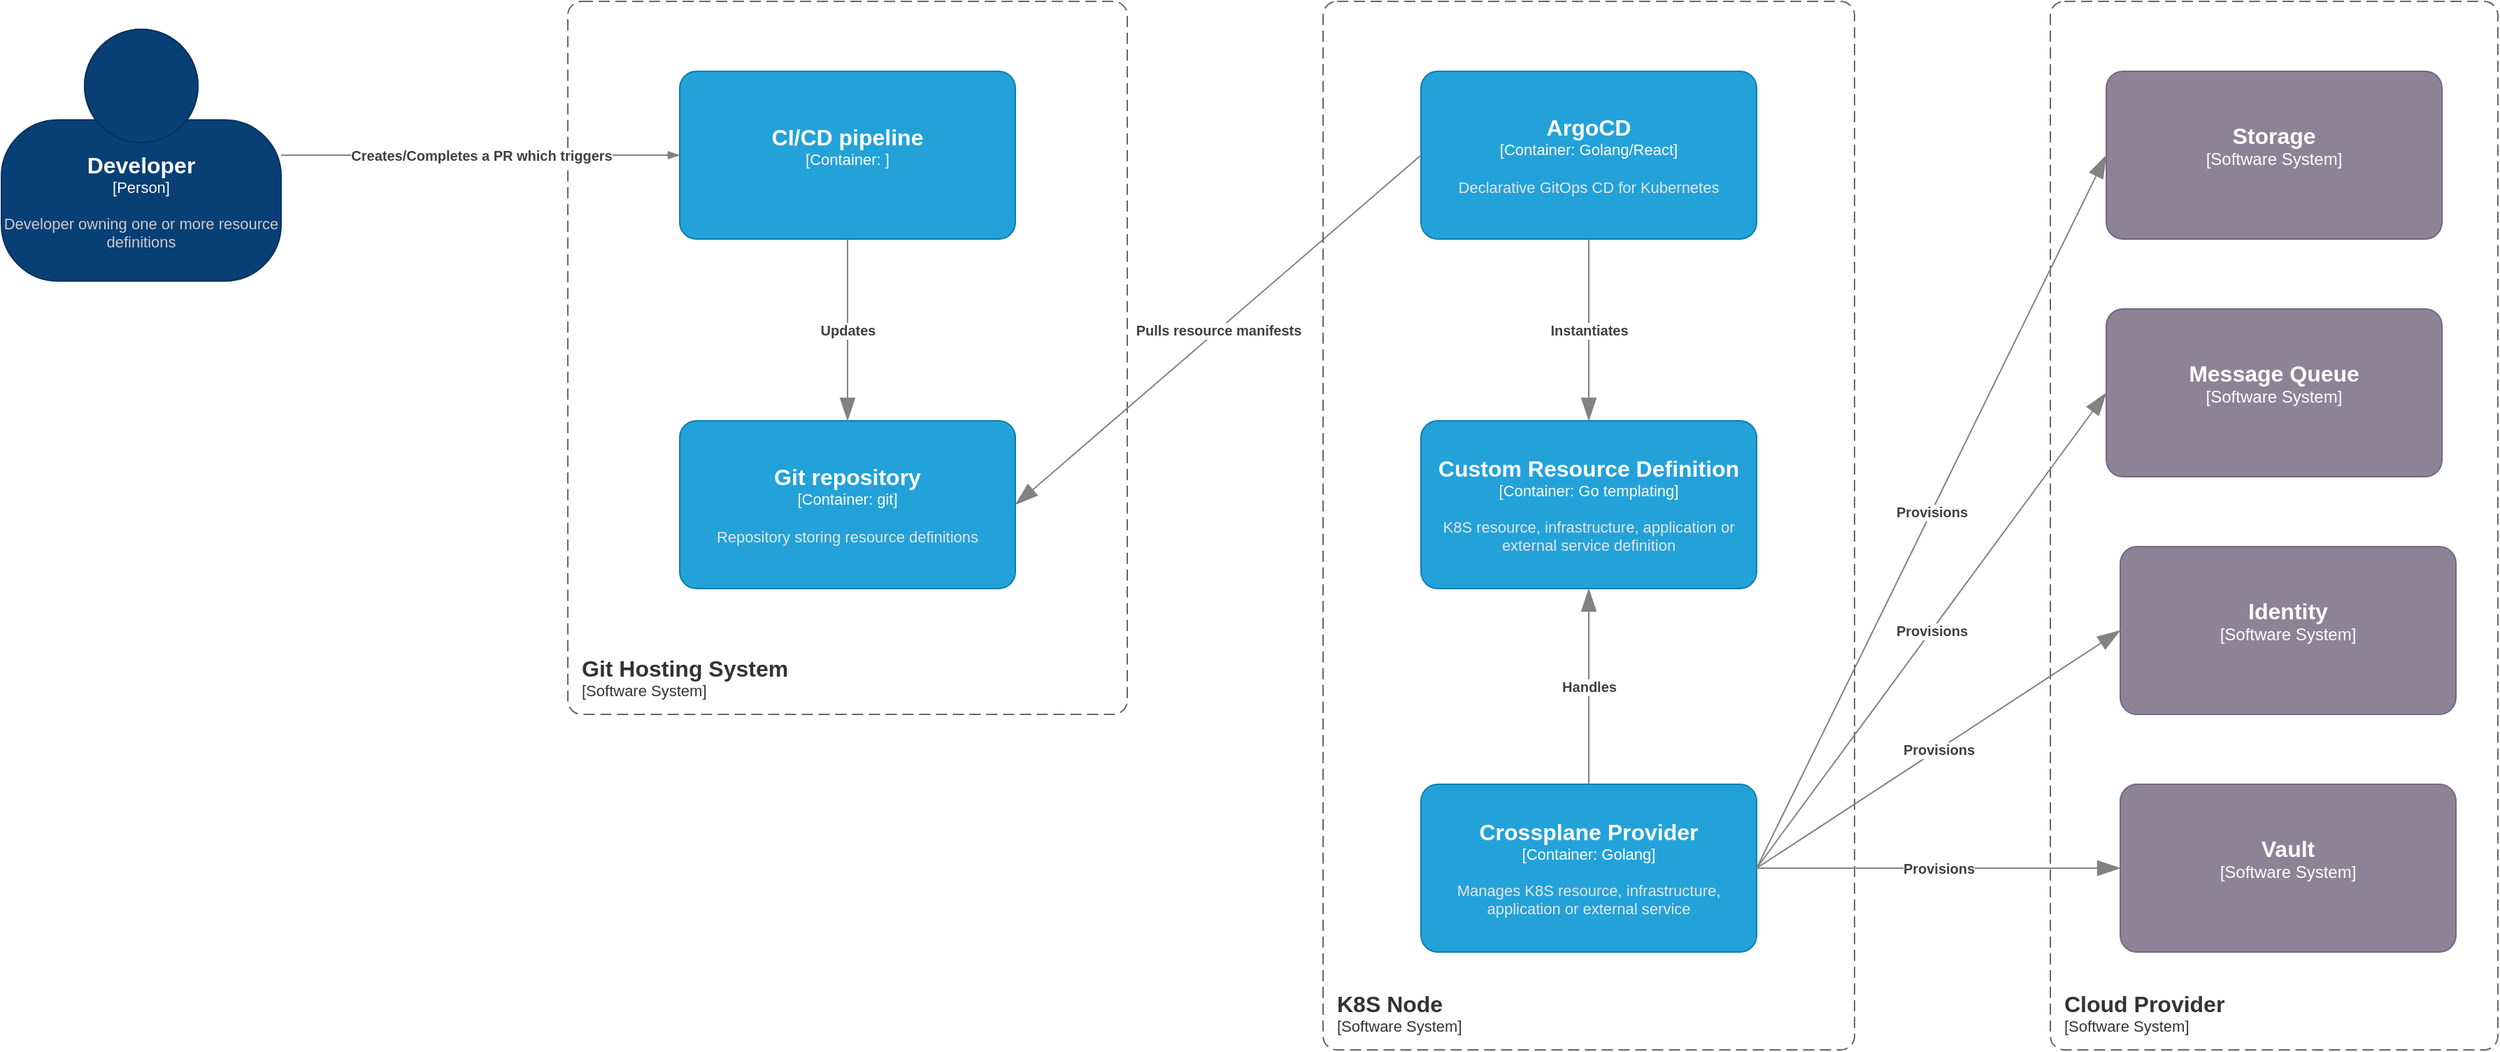
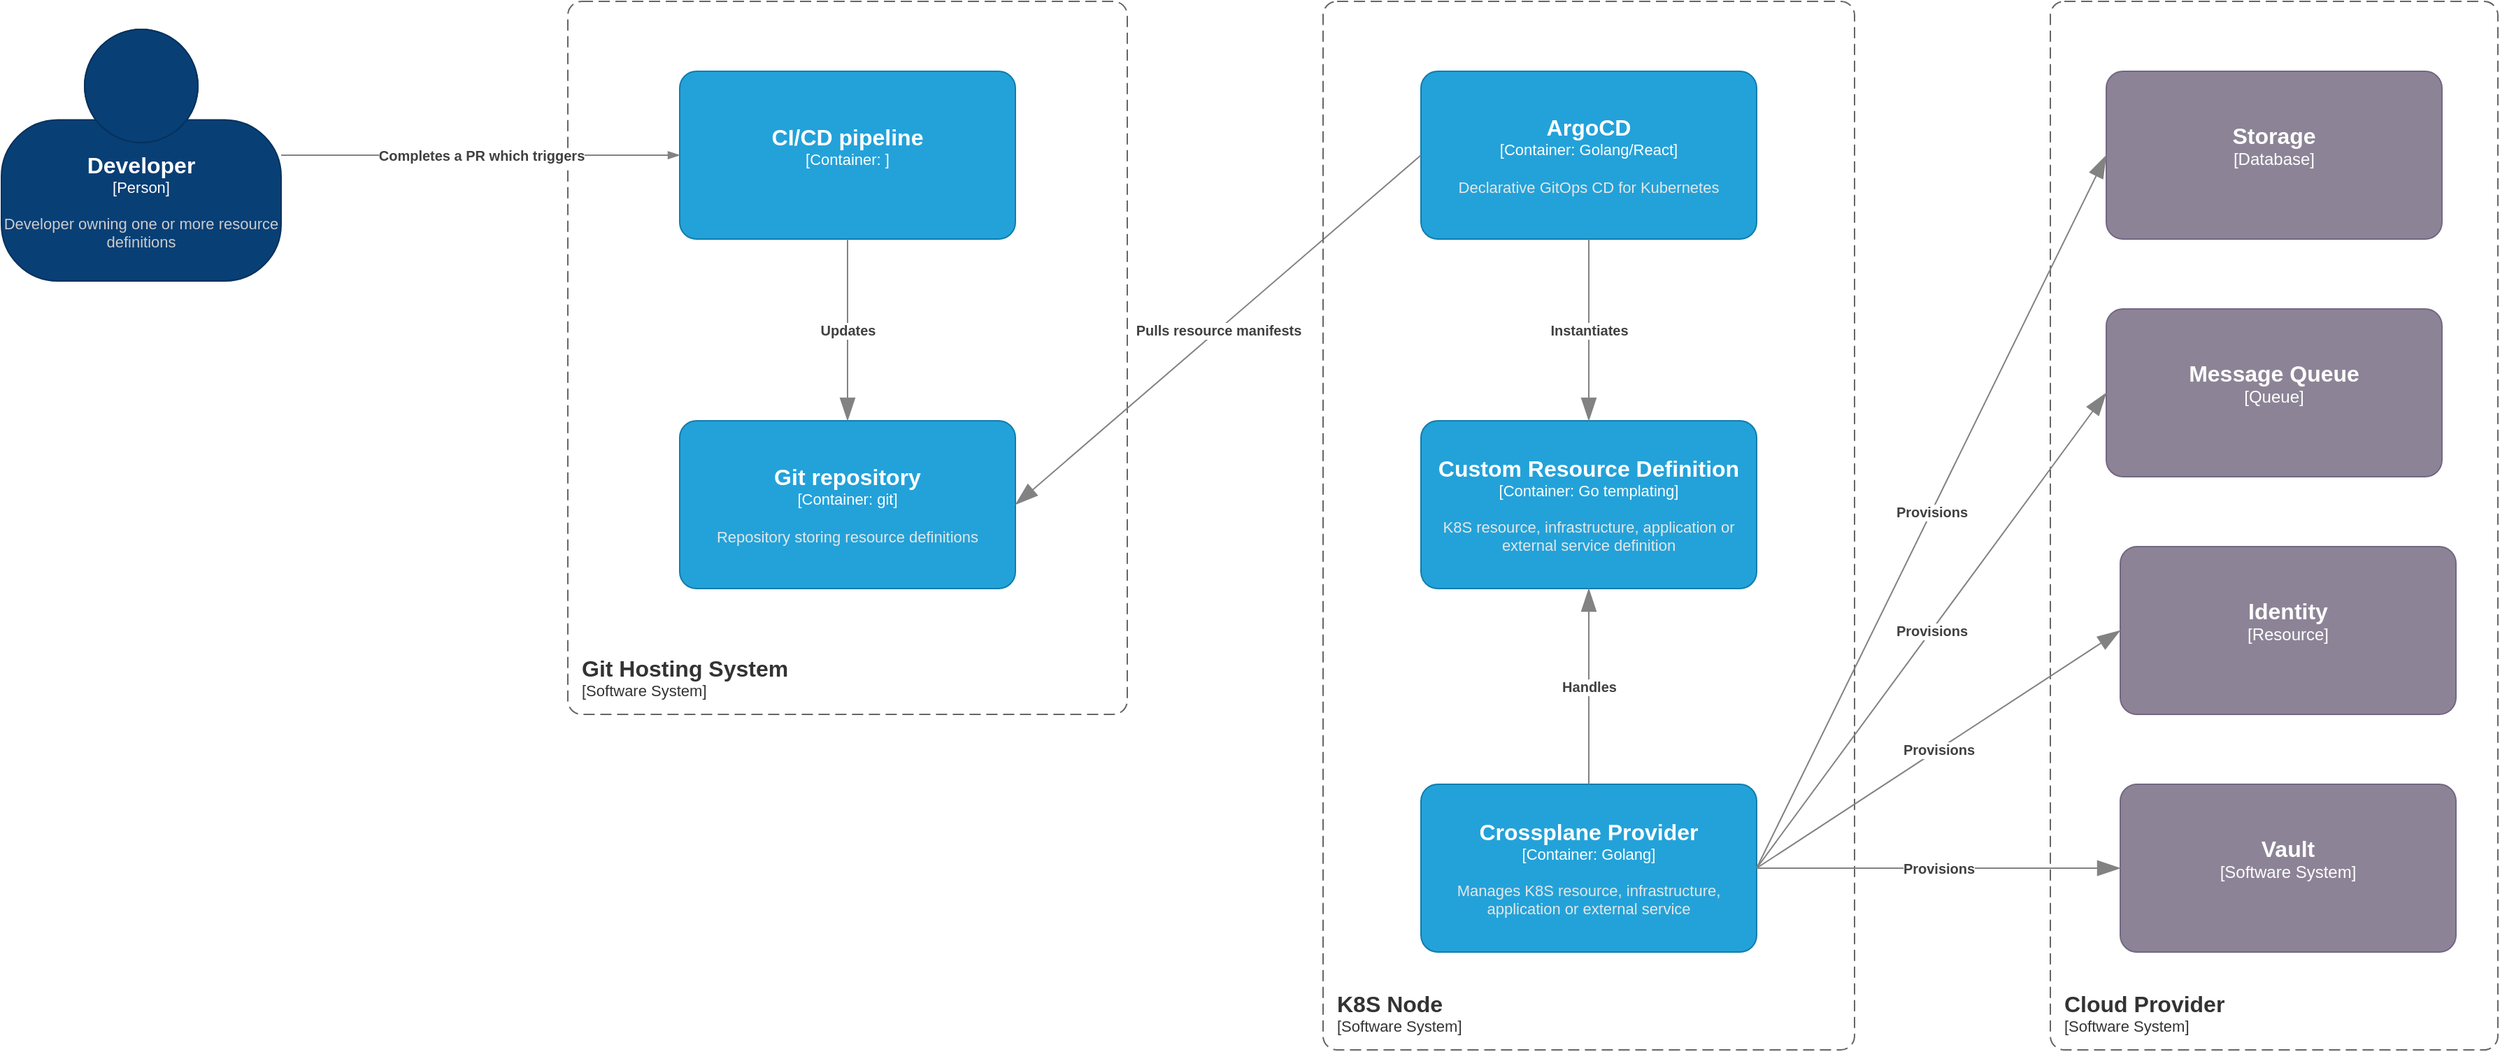
<mxfile host="app.diagrams.net" agent="Mozilla/5.0 (Windows NT 10.0; Win64; x64) AppleWebKit/537.36 (KHTML, like Gecko) Chrome/146.0.0.0 Safari/537.36 Edg/146.0.0.0" version="29.6.4">
  <diagram name="Page-1" id="w9qfS11vabEIg7SHbwGr">
-     <mxGraphModel dx="2440" dy="1591" grid="1" gridSize="10" guides="1" tooltips="1" connect="1" arrows="1" fold="1" page="1" pageScale="1" pageWidth="850" pageHeight="1100" math="0" shadow="0">
+     <mxGraphModel dx="1798" dy="1173" grid="1" gridSize="10" guides="1" tooltips="1" connect="1" arrows="1" fold="1" page="1" pageScale="1" pageWidth="850" pageHeight="1100" math="0" shadow="0">
      <root>
        <mxCell id="0" />
        <mxCell id="1" parent="0" />
        <object placeholders="1" c4Name="Git repository" c4Type="Container" c4Technology="git" c4Description="Repository storing resource definitions" label="&lt;font style=&quot;font-size: 16px&quot;&gt;&lt;b&gt;%c4Name%&lt;/b&gt;&lt;/font&gt;&lt;div&gt;[%c4Type%: %c4Technology%]&lt;/div&gt;&lt;br&gt;&lt;div&gt;&lt;font style=&quot;font-size: 11px&quot;&gt;&lt;font color=&quot;#E6E6E6&quot;&gt;%c4Description%&lt;/font&gt;&lt;/div&gt;" id="oWwDhSrQEdfVO0ITKPk5-18">
          <mxCell parent="1" style="rounded=1;whiteSpace=wrap;html=1;fontSize=11;labelBackgroundColor=none;fillColor=#23A2D9;fontColor=#ffffff;align=center;arcSize=10;strokeColor=#0E7DAD;metaEdit=1;resizable=0;points=[[0.25,0,0],[0.5,0,0],[0.75,0,0],[1,0.25,0],[1,0.5,0],[1,0.75,0],[0.75,1,0],[0.5,1,0],[0.25,1,0],[0,0.75,0],[0,0.5,0],[0,0.25,0]];" vertex="1">
            <mxGeometry height="120" width="240" x="810" y="1020" as="geometry" />
          </mxCell>
        </object>
        <object placeholders="1" c4Name="Developer" c4Type="Person" c4Description="Developer owning one or more resource definitions" label="&lt;font style=&quot;font-size: 16px&quot;&gt;&lt;b&gt;%c4Name%&lt;/b&gt;&lt;/font&gt;&lt;div&gt;[%c4Type%]&lt;/div&gt;&lt;br&gt;&lt;div&gt;&lt;font style=&quot;font-size: 11px&quot;&gt;&lt;font color=&quot;#cccccc&quot;&gt;%c4Description%&lt;/font&gt;&lt;/div&gt;" id="oWwDhSrQEdfVO0ITKPk5-19">
          <mxCell parent="1" style="html=1;fontSize=11;dashed=0;whiteSpace=wrap;fillColor=#083F75;strokeColor=#06315C;fontColor=#ffffff;shape=mxgraph.c4.person2;align=center;metaEdit=1;points=[[0.5,0,0],[1,0.5,0],[1,0.75,0],[0.75,1,0],[0.5,1,0],[0.25,1,0],[0,0.75,0],[0,0.5,0]];resizable=0;" vertex="1">
            <mxGeometry height="180" width="200" x="325" y="740" as="geometry" />
          </mxCell>
        </object>
        <object placeholders="1" c4Name="Git Hosting System" c4Type="SystemScopeBoundary" c4Application="Software System" label="&lt;font style=&quot;font-size: 16px&quot;&gt;&lt;b&gt;&lt;div style=&quot;text-align: left&quot;&gt;%c4Name%&lt;/div&gt;&lt;/b&gt;&lt;/font&gt;&lt;div style=&quot;text-align: left&quot;&gt;[%c4Application%]&lt;/div&gt;" id="oWwDhSrQEdfVO0ITKPk5-21">
          <mxCell parent="1" style="rounded=1;fontSize=11;whiteSpace=wrap;html=1;dashed=1;arcSize=20;fillColor=none;strokeColor=#666666;fontColor=#333333;labelBackgroundColor=none;align=left;verticalAlign=bottom;labelBorderColor=none;spacingTop=0;spacing=10;dashPattern=8 4;metaEdit=1;rotatable=0;perimeter=rectanglePerimeter;noLabel=0;labelPadding=0;allowArrows=0;connectable=0;expand=0;recursiveResize=0;editable=1;pointerEvents=0;absoluteArcSize=1;points=[[0.25,0,0],[0.5,0,0],[0.75,0,0],[1,0.25,0],[1,0.5,0],[1,0.75,0],[0.75,1,0],[0.5,1,0],[0.25,1,0],[0,0.75,0],[0,0.5,0],[0,0.25,0]];" vertex="1">
            <mxGeometry height="510" width="400" x="730" y="720" as="geometry" />
          </mxCell>
        </object>
        <object placeholders="1" c4Name="ArgoCD" c4Type="Container" c4Technology="Golang/React" c4Description="Declarative GitOps CD for Kubernetes" label="&lt;font style=&quot;font-size: 16px&quot;&gt;&lt;b&gt;%c4Name%&lt;/b&gt;&lt;/font&gt;&lt;div&gt;[%c4Type%: %c4Technology%]&lt;/div&gt;&lt;br&gt;&lt;div&gt;&lt;font style=&quot;font-size: 11px&quot;&gt;&lt;font color=&quot;#E6E6E6&quot;&gt;%c4Description%&lt;/font&gt;&lt;/div&gt;" id="oWwDhSrQEdfVO0ITKPk5-23">
          <mxCell parent="1" style="rounded=1;whiteSpace=wrap;html=1;fontSize=11;labelBackgroundColor=none;fillColor=#23A2D9;fontColor=#ffffff;align=center;arcSize=10;strokeColor=#0E7DAD;metaEdit=1;resizable=0;points=[[0.25,0,0],[0.5,0,0],[0.75,0,0],[1,0.25,0],[1,0.5,0],[1,0.75,0],[0.75,1,0],[0.5,1,0],[0.25,1,0],[0,0.75,0],[0,0.5,0],[0,0.25,0]];" vertex="1">
            <mxGeometry height="120" width="240" x="1340" y="770" as="geometry" />
          </mxCell>
        </object>
        <object placeholders="1" c4Name="CI/CD pipeline" c4Type="Container" c4Technology="" c4Description="" label="&lt;font style=&quot;font-size: 16px&quot;&gt;&lt;b&gt;%c4Name%&lt;/b&gt;&lt;/font&gt;&lt;div&gt;[%c4Type%: %c4Technology%]&lt;/div&gt;&lt;br&gt;&lt;div&gt;&lt;font style=&quot;font-size: 11px&quot;&gt;&lt;font color=&quot;#E6E6E6&quot;&gt;%c4Description%&lt;/font&gt;&lt;/div&gt;" id="oWwDhSrQEdfVO0ITKPk5-25">
          <mxCell parent="1" style="rounded=1;whiteSpace=wrap;html=1;fontSize=11;labelBackgroundColor=none;fillColor=#23A2D9;fontColor=#ffffff;align=center;arcSize=10;strokeColor=#0E7DAD;metaEdit=1;resizable=0;points=[[0.25,0,0],[0.5,0,0],[0.75,0,0],[1,0.25,0],[1,0.5,0],[1,0.75,0],[0.75,1,0],[0.5,1,0],[0.25,1,0],[0,0.75,0],[0,0.5,0],[0,0.25,0]];" vertex="1">
            <mxGeometry height="120" width="240" x="810" y="770" as="geometry" />
          </mxCell>
        </object>
-         <object placeholders="1" c4Name="Storage" c4Type="Software System" c4Description="" label="&lt;font style=&quot;font-size: 16px&quot;&gt;&lt;b&gt;%c4Name%&lt;/b&gt;&lt;/font&gt;&lt;div&gt;[%c4Type%]&lt;/div&gt;&lt;br&gt;&lt;div&gt;&lt;font style=&quot;font-size: 11px&quot;&gt;&lt;font color=&quot;#cccccc&quot;&gt;%c4Description%&lt;/font&gt;&lt;/div&gt;" id="oWwDhSrQEdfVO0ITKPk5-27">
+         <object placeholders="1" c4Name="Storage" c4Type="Database" c4Description="" label="&lt;font style=&quot;font-size: 16px&quot;&gt;&lt;b&gt;%c4Name%&lt;/b&gt;&lt;/font&gt;&lt;div&gt;[%c4Type%]&lt;/div&gt;&lt;br&gt;&lt;div&gt;&lt;font style=&quot;font-size: 11px&quot;&gt;&lt;font color=&quot;#cccccc&quot;&gt;%c4Description%&lt;/font&gt;&lt;/div&gt;" id="oWwDhSrQEdfVO0ITKPk5-27">
          <mxCell parent="1" style="rounded=1;whiteSpace=wrap;html=1;labelBackgroundColor=none;fillColor=#8C8496;fontColor=#ffffff;align=center;arcSize=10;strokeColor=#736782;metaEdit=1;resizable=0;points=[[0.25,0,0],[0.5,0,0],[0.75,0,0],[1,0.25,0],[1,0.5,0],[1,0.75,0],[0.75,1,0],[0.5,1,0],[0.25,1,0],[0,0.75,0],[0,0.5,0],[0,0.25,0]];" vertex="1">
            <mxGeometry height="120" width="240" x="1830" y="770" as="geometry" />
          </mxCell>
        </object>
-         <object placeholders="1" c4Type="Relationship" c4Description="Creates/Completes a PR which triggers" label="&lt;div style=&quot;text-align: left&quot;&gt;&lt;div style=&quot;text-align: center&quot;&gt;&lt;b&gt;%c4Description%&lt;/b&gt;&lt;/div&gt;" id="oWwDhSrQEdfVO0ITKPk5-29">
+         <object placeholders="1" c4Type="Relationship" c4Description="Completes a PR which triggers" label="&lt;div style=&quot;text-align: left&quot;&gt;&lt;div style=&quot;text-align: center&quot;&gt;&lt;b&gt;%c4Description%&lt;/b&gt;&lt;/div&gt;" id="oWwDhSrQEdfVO0ITKPk5-29">
          <mxCell edge="1" parent="1" source="oWwDhSrQEdfVO0ITKPk5-19" style="endArrow=blockThin;html=1;fontSize=10;fontColor=#404040;strokeWidth=1;endFill=1;strokeColor=#828282;elbow=vertical;metaEdit=1;jumpStyle=arc;jumpSize=16;rounded=0;entryX=0;entryY=0.5;entryDx=0;entryDy=0;entryPerimeter=0;exitX=1;exitY=0.5;exitDx=0;exitDy=0;exitPerimeter=0;" target="oWwDhSrQEdfVO0ITKPk5-25">
            <mxGeometry relative="1" width="240" as="geometry">
              <mxPoint x="580" y="830" as="sourcePoint" />
              <mxPoint x="1341" y="806" as="targetPoint" />
            </mxGeometry>
          </mxCell>
        </object>
        <object placeholders="1" c4Name="Custom Resource Definition" c4Type="Container" c4Technology="Go templating" c4Description="K8S resource, infrastructure, application or external service definition" label="&lt;font style=&quot;font-size: 16px&quot;&gt;&lt;b&gt;%c4Name%&lt;/b&gt;&lt;/font&gt;&lt;div&gt;[%c4Type%: %c4Technology%]&lt;/div&gt;&lt;br&gt;&lt;div&gt;&lt;font style=&quot;font-size: 11px&quot;&gt;&lt;font color=&quot;#E6E6E6&quot;&gt;%c4Description%&lt;/font&gt;&lt;/div&gt;" id="oWwDhSrQEdfVO0ITKPk5-34">
          <mxCell parent="1" style="rounded=1;whiteSpace=wrap;html=1;fontSize=11;labelBackgroundColor=none;fillColor=#23A2D9;fontColor=#ffffff;align=center;arcSize=10;strokeColor=#0E7DAD;metaEdit=1;resizable=0;points=[[0.25,0,0],[0.5,0,0],[0.75,0,0],[1,0.25,0],[1,0.5,0],[1,0.75,0],[0.75,1,0],[0.5,1,0],[0.25,1,0],[0,0.75,0],[0,0.5,0],[0,0.25,0]];" vertex="1">
            <mxGeometry height="120" width="240" x="1340" y="1020" as="geometry" />
          </mxCell>
        </object>
        <object placeholders="1" c4Type="Relationship" c4Description="Instantiates" label="&lt;div style=&quot;text-align: left&quot;&gt;&lt;div style=&quot;text-align: center&quot;&gt;&lt;b&gt;%c4Description%&lt;/b&gt;&lt;/div&gt;" id="oWwDhSrQEdfVO0ITKPk5-36">
          <mxCell edge="1" parent="1" source="oWwDhSrQEdfVO0ITKPk5-23" style="endArrow=blockThin;html=1;fontSize=10;fontColor=#404040;strokeWidth=1;endFill=1;strokeColor=#828282;elbow=vertical;metaEdit=1;endSize=14;startSize=14;jumpStyle=arc;jumpSize=16;rounded=0;edgeStyle=orthogonalEdgeStyle;exitX=0.5;exitY=1;exitDx=0;exitDy=0;exitPerimeter=0;entryX=0.5;entryY=0;entryDx=0;entryDy=0;entryPerimeter=0;" target="oWwDhSrQEdfVO0ITKPk5-34">
            <mxGeometry relative="1" width="240" as="geometry">
              <mxPoint x="1370" y="1240" as="sourcePoint" />
              <mxPoint x="1610" y="1240" as="targetPoint" />
            </mxGeometry>
          </mxCell>
        </object>
        <object placeholders="1" c4Name="Crossplane Provider" c4Type="Container" c4Technology="Golang" c4Description="Manages K8S resource, infrastructure, application or external service" label="&lt;font style=&quot;font-size: 16px&quot;&gt;&lt;b&gt;%c4Name%&lt;/b&gt;&lt;/font&gt;&lt;div&gt;[%c4Type%: %c4Technology%]&lt;/div&gt;&lt;br&gt;&lt;div&gt;&lt;font style=&quot;font-size: 11px&quot;&gt;&lt;font color=&quot;#E6E6E6&quot;&gt;%c4Description%&lt;/font&gt;&lt;/div&gt;" id="oWwDhSrQEdfVO0ITKPk5-37">
          <mxCell parent="1" style="rounded=1;whiteSpace=wrap;html=1;fontSize=11;labelBackgroundColor=none;fillColor=#23A2D9;fontColor=#ffffff;align=center;arcSize=10;strokeColor=#0E7DAD;metaEdit=1;resizable=0;points=[[0.25,0,0],[0.5,0,0],[0.75,0,0],[1,0.25,0],[1,0.5,0],[1,0.75,0],[0.75,1,0],[0.5,1,0],[0.25,1,0],[0,0.75,0],[0,0.5,0],[0,0.25,0]];" vertex="1">
            <mxGeometry height="120" width="240" x="1340" y="1280" as="geometry" />
          </mxCell>
        </object>
        <object placeholders="1" c4Type="Relationship" c4Description="Handles" label="&lt;div style=&quot;text-align: left&quot;&gt;&lt;div style=&quot;text-align: center&quot;&gt;&lt;b&gt;%c4Description%&lt;/b&gt;&lt;/div&gt;" id="oWwDhSrQEdfVO0ITKPk5-38">
          <mxCell edge="1" parent="1" source="oWwDhSrQEdfVO0ITKPk5-37" style="endArrow=blockThin;html=1;fontSize=10;fontColor=#404040;strokeWidth=1;endFill=1;strokeColor=#828282;elbow=vertical;metaEdit=1;endSize=14;startSize=14;jumpStyle=arc;jumpSize=16;rounded=0;edgeStyle=orthogonalEdgeStyle;exitX=0.5;exitY=0;exitDx=0;exitDy=0;exitPerimeter=0;entryX=0.5;entryY=1;entryDx=0;entryDy=0;entryPerimeter=0;" target="oWwDhSrQEdfVO0ITKPk5-34">
            <mxGeometry relative="1" width="240" as="geometry">
              <mxPoint x="1460" y="1130" as="sourcePoint" />
              <mxPoint x="1500" y="1230" as="targetPoint" />
            </mxGeometry>
          </mxCell>
        </object>
        <object placeholders="1" c4Type="Relationship" c4Description="Updates" label="&lt;div style=&quot;text-align: left&quot;&gt;&lt;div style=&quot;text-align: center&quot;&gt;&lt;b&gt;%c4Description%&lt;/b&gt;&lt;/div&gt;" id="oWwDhSrQEdfVO0ITKPk5-43">
          <mxCell edge="1" parent="1" source="oWwDhSrQEdfVO0ITKPk5-25" style="endArrow=blockThin;html=1;fontSize=10;fontColor=#404040;strokeWidth=1;endFill=1;strokeColor=#828282;elbow=vertical;metaEdit=1;endSize=14;startSize=14;jumpStyle=arc;jumpSize=16;rounded=0;edgeStyle=orthogonalEdgeStyle;exitX=0.5;exitY=1;exitDx=0;exitDy=0;exitPerimeter=0;" target="oWwDhSrQEdfVO0ITKPk5-18">
            <mxGeometry relative="1" width="240" as="geometry">
              <mxPoint x="1440" y="990" as="sourcePoint" />
              <mxPoint x="1440" y="1140" as="targetPoint" />
            </mxGeometry>
          </mxCell>
        </object>
        <object placeholders="1" c4Type="Relationship" c4Description="Pulls resource manifests" label="&lt;div style=&quot;text-align: left&quot;&gt;&lt;div style=&quot;text-align: center&quot;&gt;&lt;b&gt;%c4Description%&lt;/b&gt;&lt;/div&gt;" id="oWwDhSrQEdfVO0ITKPk5-44">
          <mxCell edge="1" parent="1" source="oWwDhSrQEdfVO0ITKPk5-23" style="endArrow=blockThin;html=1;fontSize=10;fontColor=#404040;strokeWidth=1;endFill=1;strokeColor=#828282;elbow=vertical;metaEdit=1;endSize=14;startSize=14;jumpStyle=arc;jumpSize=16;rounded=0;exitX=0;exitY=0.5;exitDx=0;exitDy=0;exitPerimeter=0;entryX=1;entryY=0.5;entryDx=0;entryDy=0;entryPerimeter=0;" target="oWwDhSrQEdfVO0ITKPk5-18">
            <mxGeometry relative="1" width="240" as="geometry">
              <mxPoint x="1350" y="1000" as="sourcePoint" />
              <mxPoint x="1350" y="1150" as="targetPoint" />
            </mxGeometry>
          </mxCell>
        </object>
        <object placeholders="1" c4Name="K8S Node" c4Type="SystemScopeBoundary" c4Application="Software System" label="&lt;font style=&quot;font-size: 16px&quot;&gt;&lt;b&gt;&lt;div style=&quot;text-align: left&quot;&gt;%c4Name%&lt;/div&gt;&lt;/b&gt;&lt;/font&gt;&lt;div style=&quot;text-align: left&quot;&gt;[%c4Application%]&lt;/div&gt;" id="oWwDhSrQEdfVO0ITKPk5-45">
          <mxCell parent="1" style="rounded=1;fontSize=11;whiteSpace=wrap;html=1;dashed=1;arcSize=20;fillColor=none;strokeColor=#666666;fontColor=#333333;labelBackgroundColor=none;align=left;verticalAlign=bottom;labelBorderColor=none;spacingTop=0;spacing=10;dashPattern=8 4;metaEdit=1;rotatable=0;perimeter=rectanglePerimeter;noLabel=0;labelPadding=0;allowArrows=0;connectable=0;expand=0;recursiveResize=0;editable=1;pointerEvents=0;absoluteArcSize=1;points=[[0.25,0,0],[0.5,0,0],[0.75,0,0],[1,0.25,0],[1,0.5,0],[1,0.75,0],[0.75,1,0],[0.5,1,0],[0.25,1,0],[0,0.75,0],[0,0.5,0],[0,0.25,0]];" vertex="1">
            <mxGeometry height="750" width="380" x="1270" y="720" as="geometry" />
          </mxCell>
        </object>
        <object placeholders="1" c4Name="Cloud Provider" c4Type="SystemScopeBoundary" c4Application="Software System" label="&lt;font style=&quot;font-size: 16px&quot;&gt;&lt;b&gt;&lt;div style=&quot;text-align: left&quot;&gt;%c4Name%&lt;/div&gt;&lt;/b&gt;&lt;/font&gt;&lt;div style=&quot;text-align: left&quot;&gt;[%c4Application%]&lt;/div&gt;" id="oWwDhSrQEdfVO0ITKPk5-46">
          <mxCell parent="1" style="rounded=1;fontSize=11;whiteSpace=wrap;html=1;dashed=1;arcSize=20;fillColor=none;strokeColor=#666666;fontColor=#333333;labelBackgroundColor=none;align=left;verticalAlign=bottom;labelBorderColor=none;spacingTop=0;spacing=10;dashPattern=8 4;metaEdit=1;rotatable=0;perimeter=rectanglePerimeter;noLabel=0;labelPadding=0;allowArrows=0;connectable=0;expand=0;recursiveResize=0;editable=1;pointerEvents=0;absoluteArcSize=1;points=[[0.25,0,0],[0.5,0,0],[0.75,0,0],[1,0.25,0],[1,0.5,0],[1,0.75,0],[0.75,1,0],[0.5,1,0],[0.25,1,0],[0,0.75,0],[0,0.5,0],[0,0.25,0]];" vertex="1">
            <mxGeometry height="750" width="320" x="1790" y="720" as="geometry" />
          </mxCell>
        </object>
-         <object placeholders="1" c4Name="Message Queue" c4Type="Software System" c4Description="" label="&lt;font style=&quot;font-size: 16px&quot;&gt;&lt;b&gt;%c4Name%&lt;/b&gt;&lt;/font&gt;&lt;div&gt;[%c4Type%]&lt;/div&gt;&lt;br&gt;&lt;div&gt;&lt;font style=&quot;font-size: 11px&quot;&gt;&lt;font color=&quot;#cccccc&quot;&gt;%c4Description%&lt;/font&gt;&lt;/div&gt;" id="oWwDhSrQEdfVO0ITKPk5-47">
+         <object placeholders="1" c4Name="Message Queue" c4Type="Queue" c4Description="" label="&lt;font style=&quot;font-size: 16px&quot;&gt;&lt;b&gt;%c4Name%&lt;/b&gt;&lt;/font&gt;&lt;div&gt;[%c4Type%]&lt;/div&gt;&lt;br&gt;&lt;div&gt;&lt;font style=&quot;font-size: 11px&quot;&gt;&lt;font color=&quot;#cccccc&quot;&gt;%c4Description%&lt;/font&gt;&lt;/div&gt;" id="oWwDhSrQEdfVO0ITKPk5-47">
          <mxCell parent="1" style="rounded=1;whiteSpace=wrap;html=1;labelBackgroundColor=none;fillColor=#8C8496;fontColor=#ffffff;align=center;arcSize=10;strokeColor=#736782;metaEdit=1;resizable=0;points=[[0.25,0,0],[0.5,0,0],[0.75,0,0],[1,0.25,0],[1,0.5,0],[1,0.75,0],[0.75,1,0],[0.5,1,0],[0.25,1,0],[0,0.75,0],[0,0.5,0],[0,0.25,0]];" vertex="1">
            <mxGeometry height="120" width="240" x="1830" y="940" as="geometry" />
          </mxCell>
        </object>
-         <object placeholders="1" c4Name="Identity" c4Type="Software System" c4Description="" label="&lt;font style=&quot;font-size: 16px&quot;&gt;&lt;b&gt;%c4Name%&lt;/b&gt;&lt;/font&gt;&lt;div&gt;[%c4Type%]&lt;/div&gt;&lt;br&gt;&lt;div&gt;&lt;font style=&quot;font-size: 11px&quot;&gt;&lt;font color=&quot;#cccccc&quot;&gt;%c4Description%&lt;/font&gt;&lt;/div&gt;" id="oWwDhSrQEdfVO0ITKPk5-48">
+         <object placeholders="1" c4Name="Identity" c4Type="Resource" c4Description="" label="&lt;font style=&quot;font-size: 16px&quot;&gt;&lt;b&gt;%c4Name%&lt;/b&gt;&lt;/font&gt;&lt;div&gt;[%c4Type%]&lt;/div&gt;&lt;br&gt;&lt;div&gt;&lt;font style=&quot;font-size: 11px&quot;&gt;&lt;font color=&quot;#cccccc&quot;&gt;%c4Description%&lt;/font&gt;&lt;/div&gt;" id="oWwDhSrQEdfVO0ITKPk5-48">
          <mxCell parent="1" style="rounded=1;whiteSpace=wrap;html=1;labelBackgroundColor=none;fillColor=#8C8496;fontColor=#ffffff;align=center;arcSize=10;strokeColor=#736782;metaEdit=1;resizable=0;points=[[0.25,0,0],[0.5,0,0],[0.75,0,0],[1,0.25,0],[1,0.5,0],[1,0.75,0],[0.75,1,0],[0.5,1,0],[0.25,1,0],[0,0.75,0],[0,0.5,0],[0,0.25,0]];" vertex="1">
            <mxGeometry height="120" width="240" x="1840" y="1110" as="geometry" />
          </mxCell>
        </object>
        <object placeholders="1" c4Name="Vault" c4Type="Software System" c4Description="" label="&lt;font style=&quot;font-size: 16px&quot;&gt;&lt;b&gt;%c4Name%&lt;/b&gt;&lt;/font&gt;&lt;div&gt;[%c4Type%]&lt;/div&gt;&lt;br&gt;&lt;div&gt;&lt;font style=&quot;font-size: 11px&quot;&gt;&lt;font color=&quot;#cccccc&quot;&gt;%c4Description%&lt;/font&gt;&lt;/div&gt;" id="oWwDhSrQEdfVO0ITKPk5-51">
          <mxCell parent="1" style="rounded=1;whiteSpace=wrap;html=1;labelBackgroundColor=none;fillColor=#8C8496;fontColor=#ffffff;align=center;arcSize=10;strokeColor=#736782;metaEdit=1;resizable=0;points=[[0.25,0,0],[0.5,0,0],[0.75,0,0],[1,0.25,0],[1,0.5,0],[1,0.75,0],[0.75,1,0],[0.5,1,0],[0.25,1,0],[0,0.75,0],[0,0.5,0],[0,0.25,0]];" vertex="1">
            <mxGeometry height="120" width="240" x="1840" y="1280" as="geometry" />
          </mxCell>
        </object>
        <object placeholders="1" c4Type="Relationship" c4Description="Provisions" label="&lt;div style=&quot;text-align: left&quot;&gt;&lt;div style=&quot;text-align: center&quot;&gt;&lt;b&gt;%c4Description%&lt;/b&gt;&lt;/div&gt;" id="oWwDhSrQEdfVO0ITKPk5-52">
          <mxCell edge="1" parent="1" source="oWwDhSrQEdfVO0ITKPk5-37" style="endArrow=blockThin;html=1;fontSize=10;fontColor=#404040;strokeWidth=1;endFill=1;strokeColor=#828282;elbow=vertical;metaEdit=1;endSize=14;startSize=14;jumpStyle=arc;jumpSize=16;rounded=0;exitX=1;exitY=0.5;exitDx=0;exitDy=0;exitPerimeter=0;entryX=0;entryY=0.5;entryDx=0;entryDy=0;entryPerimeter=0;" target="oWwDhSrQEdfVO0ITKPk5-27">
            <mxGeometry relative="1" width="240" as="geometry">
              <mxPoint x="1460" y="1320" as="sourcePoint" />
              <mxPoint x="1460" y="1200" as="targetPoint" />
            </mxGeometry>
          </mxCell>
        </object>
        <object placeholders="1" c4Type="Relationship" c4Description="Provisions" label="&lt;div style=&quot;text-align: left&quot;&gt;&lt;div style=&quot;text-align: center&quot;&gt;&lt;b&gt;%c4Description%&lt;/b&gt;&lt;/div&gt;" id="oWwDhSrQEdfVO0ITKPk5-53">
          <mxCell edge="1" parent="1" source="oWwDhSrQEdfVO0ITKPk5-37" style="endArrow=blockThin;html=1;fontSize=10;fontColor=#404040;strokeWidth=1;endFill=1;strokeColor=#828282;elbow=vertical;metaEdit=1;endSize=14;startSize=14;jumpStyle=arc;jumpSize=16;rounded=0;exitX=1;exitY=0.5;exitDx=0;exitDy=0;exitPerimeter=0;entryX=0;entryY=0.5;entryDx=0;entryDy=0;entryPerimeter=0;" target="oWwDhSrQEdfVO0ITKPk5-47">
            <mxGeometry relative="1" width="240" as="geometry">
              <mxPoint x="1610" y="1730" as="sourcePoint" />
              <mxPoint x="1860" y="1250" as="targetPoint" />
            </mxGeometry>
          </mxCell>
        </object>
        <object placeholders="1" c4Type="Relationship" c4Description="Provisions" label="&lt;div style=&quot;text-align: left&quot;&gt;&lt;div style=&quot;text-align: center&quot;&gt;&lt;b&gt;%c4Description%&lt;/b&gt;&lt;/div&gt;" id="oWwDhSrQEdfVO0ITKPk5-54">
          <mxCell edge="1" parent="1" source="oWwDhSrQEdfVO0ITKPk5-37" style="endArrow=blockThin;html=1;fontSize=10;fontColor=#404040;strokeWidth=1;endFill=1;strokeColor=#828282;elbow=vertical;metaEdit=1;endSize=14;startSize=14;jumpStyle=arc;jumpSize=16;rounded=0;exitX=1;exitY=0.5;exitDx=0;exitDy=0;exitPerimeter=0;entryX=0;entryY=0.5;entryDx=0;entryDy=0;entryPerimeter=0;" target="oWwDhSrQEdfVO0ITKPk5-48">
            <mxGeometry relative="1" width="240" as="geometry">
              <mxPoint x="1630" y="1670" as="sourcePoint" />
              <mxPoint x="1880" y="1330" as="targetPoint" />
            </mxGeometry>
          </mxCell>
        </object>
        <object placeholders="1" c4Type="Relationship" c4Description="Provisions" label="&lt;div style=&quot;text-align: left&quot;&gt;&lt;div style=&quot;text-align: center&quot;&gt;&lt;b&gt;%c4Description%&lt;/b&gt;&lt;/div&gt;" id="oWwDhSrQEdfVO0ITKPk5-55">
          <mxCell edge="1" parent="1" source="oWwDhSrQEdfVO0ITKPk5-37" style="endArrow=blockThin;html=1;fontSize=10;fontColor=#404040;strokeWidth=1;endFill=1;strokeColor=#828282;elbow=vertical;metaEdit=1;endSize=14;startSize=14;jumpStyle=arc;jumpSize=16;rounded=0;exitX=1;exitY=0.5;exitDx=0;exitDy=0;exitPerimeter=0;entryX=0;entryY=0.5;entryDx=0;entryDy=0;entryPerimeter=0;" target="oWwDhSrQEdfVO0ITKPk5-51">
            <mxGeometry relative="1" width="240" as="geometry">
              <mxPoint x="1640" y="1720" as="sourcePoint" />
              <mxPoint x="1890" y="1380" as="targetPoint" />
            </mxGeometry>
          </mxCell>
        </object>
      </root>
    </mxGraphModel>
  </diagram>
</mxfile>
